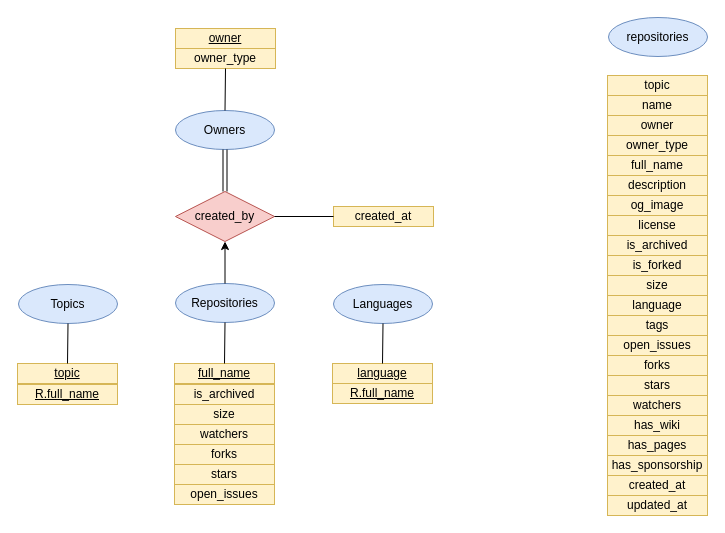
This is er_model/ER.drawio from diegoalonso-sm/database-final-project, a draw.io file, before an edit. Source tidied: cells renumbered, new cells numbered last; positions are measured from the earlier drawing's top-left corner, leaving out a move shared by most shapes. Both pictures are drawn from the tidied source at 100%, with x=0, y=0 at pixel (17, 17).
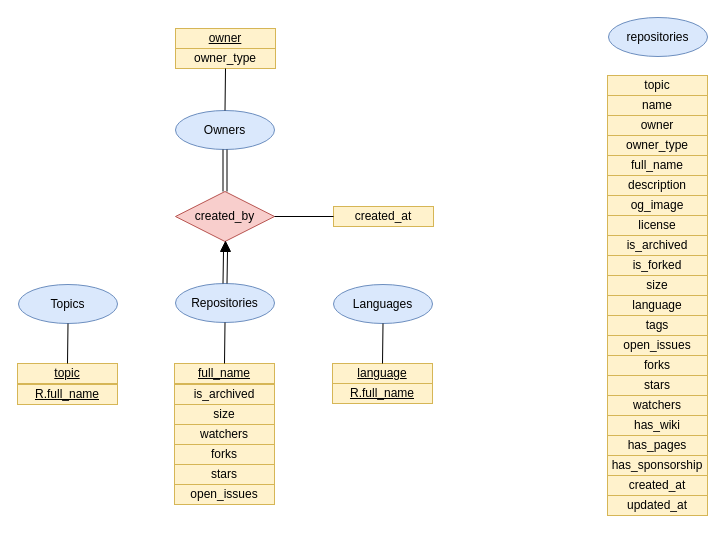
After the change.

Unchanged cells that the change refers to:
```xml
<mxCell id="32" value="Repositories" style="ellipse;whiteSpace=wrap;html=1;fillColor=#dae8fc;strokeColor=#6c8ebf;" parent="1" vertex="1">
  <mxGeometry x="158" y="266" width="99" height="39" as="geometry" />
</mxCell>
<mxCell id="44" value="created_by" style="rhombus;whiteSpace=wrap;html=1;fillColor=#f8cecc;strokeColor=#b85450;" parent="1" vertex="1">
  <mxGeometry x="158" y="174" width="99" height="50" as="geometry" />
</mxCell>
```

The edit, as a diff of the source:
```diff
@@
-    <mxCell id="45" style="endArrow=classic;html=1;rounded=0;entryX=0.5;entryY=1;entryDx=0;entryDy=0;exitX=0.5;exitY=0;exitDx=0;exitDy=0;startArrow=none;startFill=0;endFill=1;" parent="1" edge="1" source="32" target="44">
-      <mxGeometry relative="1" as="geometry" />
-    </mxCell>
@@
+    <mxCell id="51" style="endArrow=none;html=1;rounded=0;entryX=0;entryY=0.5;entryDx=0;entryDy=0;exitX=0.5;exitY=0;exitDx=0;exitDy=0;shape=link;" parent="1" edge="1" source="32" target="52">
+      <mxGeometry relative="1" as="geometry" />
+    </mxCell>
+    <mxCell id="52" style="triangle;whiteSpace=wrap;html=1;fillColor=#000000;rotation=-90;" parent="1" vertex="1">
+      <mxGeometry x="203" y="224" width="10" height="10" as="geometry" />
+    </mxCell>
```
